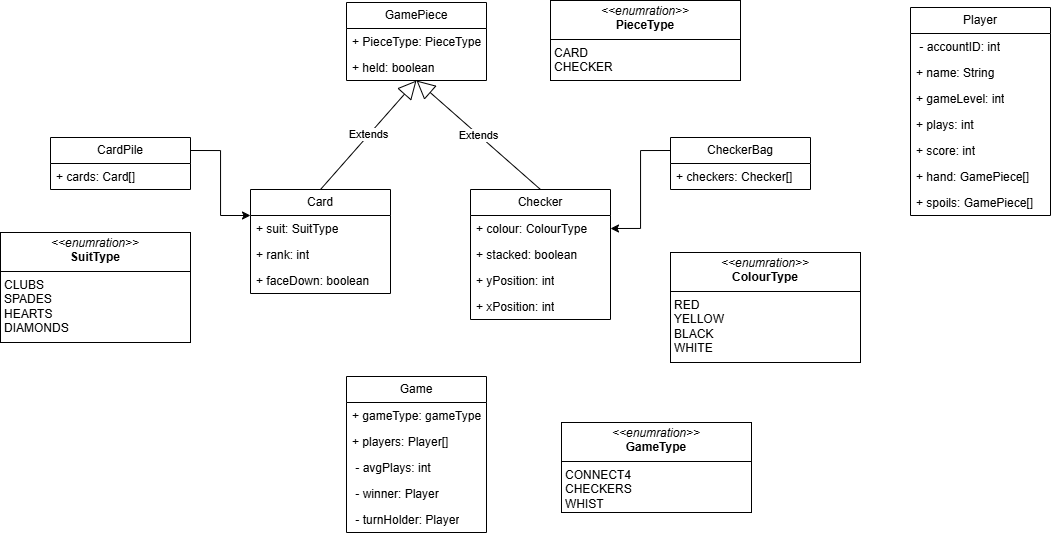
Above: docs/diagrams/structure/class_diagram.drawio.png in ankondeadlarx/gitlab (draw.io), before the change. Source tidied: cells renumbered, new cells last; positions are measured from the earlier drawing's top-left corner, leaving out a move shared by most shapes. Its diagram source:
```xml
<mxGraphModel>
  <root>
    <mxCell id="0" />
    <mxCell id="1" parent="0" />
    <mxCell id="2" value="&lt;p style=&quot;margin:0px;margin-top:4px;text-align:center;&quot;&gt;&lt;i&gt;&amp;lt;&amp;lt;enumration&amp;gt;&amp;gt;&lt;/i&gt;&lt;br&gt;&lt;b&gt;GameType&lt;/b&gt;&lt;/p&gt;&lt;hr size=&quot;1&quot; style=&quot;border-style:solid;&quot;&gt;&lt;p style=&quot;margin:0px;margin-left:4px;&quot;&gt;CONNECT4&lt;br&gt;CHECKERS&lt;/p&gt;&lt;p style=&quot;margin:0px;margin-left:4px;&quot;&gt;WHIST&lt;/p&gt;" style="verticalAlign=top;align=left;overflow=fill;html=1;whiteSpace=wrap;" parent="1" vertex="1">
      <mxGeometry x="561" y="422" width="190" height="90" as="geometry" />
    </mxCell>
    <mxCell id="3" value="&lt;p style=&quot;margin:0px;margin-top:4px;text-align:center;&quot;&gt;&lt;i&gt;&amp;lt;&amp;lt;enumration&amp;gt;&amp;gt;&lt;/i&gt;&lt;br&gt;&lt;b&gt;PieceType&lt;/b&gt;&lt;/p&gt;&lt;hr size=&quot;1&quot; style=&quot;border-style:solid;&quot;&gt;&lt;p style=&quot;margin:0px;margin-left:4px;&quot;&gt;CARD&lt;br&gt;&lt;/p&gt;&lt;p style=&quot;margin:0px;margin-left:4px;&quot;&gt;CHECKER&lt;/p&gt;" style="verticalAlign=top;align=left;overflow=fill;html=1;whiteSpace=wrap;" parent="1" vertex="1">
      <mxGeometry x="550" width="190" height="80" as="geometry" />
    </mxCell>
    <mxCell id="4" value="GamePiece" style="swimlane;fontStyle=0;horizontal=1;startSize=26;fillColor=none;whiteSpace=wrap;html=1;" parent="1" vertex="1">
      <mxGeometry x="346" y="2" width="140" height="78" as="geometry" />
    </mxCell>
    <mxCell id="5" value="+ PieceType: PieceType" style="text;strokeColor=none;fillColor=none;align=left;verticalAlign=top;spacingLeft=4;spacingRight=4;overflow=hidden;whiteSpace=wrap;html=1;" parent="4" vertex="1">
      <mxGeometry y="26" width="140" height="26" as="geometry" />
    </mxCell>
    <mxCell id="6" value="+ held: boolean" style="text;strokeColor=none;fillColor=none;align=left;verticalAlign=top;spacingLeft=4;spacingRight=4;overflow=hidden;whiteSpace=wrap;html=1;" parent="4" vertex="1">
      <mxGeometry y="52" width="140" height="26" as="geometry" />
    </mxCell>
    <mxCell id="7" value="Player" style="swimlane;fontStyle=0;horizontal=1;startSize=26;fillColor=none;whiteSpace=wrap;html=1;" parent="1" vertex="1">
      <mxGeometry x="910" y="7" width="140" height="208" as="geometry" />
    </mxCell>
    <mxCell id="8" value="&amp;nbsp;- accountID: int" style="text;strokeColor=none;fillColor=none;align=left;verticalAlign=top;spacingLeft=4;spacingRight=4;overflow=hidden;whiteSpace=wrap;html=1;" parent="7" vertex="1">
      <mxGeometry y="26" width="140" height="26" as="geometry" />
    </mxCell>
    <mxCell id="9" value="+ name: String" style="text;strokeColor=none;fillColor=none;align=left;verticalAlign=top;spacingLeft=4;spacingRight=4;overflow=hidden;whiteSpace=wrap;html=1;" parent="7" vertex="1">
      <mxGeometry y="52" width="140" height="26" as="geometry" />
    </mxCell>
    <mxCell id="10" value="+ gameLevel: int" style="text;strokeColor=none;fillColor=none;align=left;verticalAlign=top;spacingLeft=4;spacingRight=4;overflow=hidden;whiteSpace=wrap;html=1;" parent="7" vertex="1">
      <mxGeometry y="78" width="140" height="26" as="geometry" />
    </mxCell>
    <mxCell id="11" value="+ plays: int" style="text;strokeColor=none;fillColor=none;align=left;verticalAlign=top;spacingLeft=4;spacingRight=4;overflow=hidden;whiteSpace=wrap;html=1;" parent="7" vertex="1">
      <mxGeometry y="104" width="140" height="26" as="geometry" />
    </mxCell>
    <mxCell id="12" value="+ score: int" style="text;strokeColor=none;fillColor=none;align=left;verticalAlign=top;spacingLeft=4;spacingRight=4;overflow=hidden;whiteSpace=wrap;html=1;" parent="7" vertex="1">
      <mxGeometry y="130" width="140" height="26" as="geometry" />
    </mxCell>
    <mxCell id="13" value="+ hand: GamePiece[]" style="text;strokeColor=none;fillColor=none;align=left;verticalAlign=top;spacingLeft=4;spacingRight=4;overflow=hidden;whiteSpace=wrap;html=1;" parent="7" vertex="1">
      <mxGeometry y="156" width="140" height="26" as="geometry" />
    </mxCell>
    <mxCell id="14" value="+ spoils: GamePiece[]" style="text;strokeColor=none;fillColor=none;align=left;verticalAlign=top;spacingLeft=4;spacingRight=4;overflow=hidden;whiteSpace=wrap;html=1;" parent="7" vertex="1">
      <mxGeometry y="182" width="140" height="26" as="geometry" />
    </mxCell>
    <mxCell id="15" value="Game" style="swimlane;fontStyle=0;horizontal=1;startSize=26;fillColor=none;whiteSpace=wrap;html=1;" parent="1" vertex="1">
      <mxGeometry x="346" y="376" width="140" height="156" as="geometry" />
    </mxCell>
    <mxCell id="16" value="+ gameType: gameType" style="text;strokeColor=none;fillColor=none;align=left;verticalAlign=top;spacingLeft=4;spacingRight=4;overflow=hidden;whiteSpace=wrap;html=1;" parent="15" vertex="1">
      <mxGeometry y="26" width="140" height="26" as="geometry" />
    </mxCell>
    <mxCell id="17" value="+ players: Player[]" style="text;strokeColor=none;fillColor=none;align=left;verticalAlign=top;spacingLeft=4;spacingRight=4;overflow=hidden;whiteSpace=wrap;html=1;" parent="15" vertex="1">
      <mxGeometry y="52" width="140" height="26" as="geometry" />
    </mxCell>
    <mxCell id="18" value="&amp;nbsp;- avgPlays: int" style="text;strokeColor=none;fillColor=none;align=left;verticalAlign=top;spacingLeft=4;spacingRight=4;overflow=hidden;whiteSpace=wrap;html=1;" parent="15" vertex="1">
      <mxGeometry y="78" width="140" height="26" as="geometry" />
    </mxCell>
    <mxCell id="19" value="&amp;nbsp;- winner: Player" style="text;strokeColor=none;fillColor=none;align=left;verticalAlign=top;spacingLeft=4;spacingRight=4;overflow=hidden;whiteSpace=wrap;html=1;" parent="15" vertex="1">
      <mxGeometry y="104" width="140" height="26" as="geometry" />
    </mxCell>
    <mxCell id="20" value="&amp;nbsp;- turnHolder: Player" style="text;strokeColor=none;fillColor=none;align=left;verticalAlign=top;spacingLeft=4;spacingRight=4;overflow=hidden;points=[[0,0.5],[1,0.5]];portConstraint=eastwest;whiteSpace=wrap;html=1;" parent="15" vertex="1">
      <mxGeometry y="130" width="140" height="26" as="geometry" />
    </mxCell>
    <mxCell id="21" value="&lt;p style=&quot;margin:0px;margin-top:4px;text-align:center;&quot;&gt;&lt;i&gt;&amp;lt;&amp;lt;enumration&amp;gt;&amp;gt;&lt;/i&gt;&lt;br&gt;&lt;b&gt;ColourType&lt;/b&gt;&lt;/p&gt;&lt;hr size=&quot;1&quot; style=&quot;border-style:solid;&quot;&gt;&lt;p style=&quot;margin:0px;margin-left:4px;&quot;&gt;RED&lt;/p&gt;&lt;p style=&quot;margin:0px;margin-left:4px;&quot;&gt;YELLOW&lt;/p&gt;&lt;p style=&quot;margin:0px;margin-left:4px;&quot;&gt;BLACK&lt;/p&gt;&lt;p style=&quot;margin:0px;margin-left:4px;&quot;&gt;WHITE&lt;/p&gt;" style="verticalAlign=top;align=left;overflow=fill;html=1;whiteSpace=wrap;" parent="1" vertex="1">
      <mxGeometry x="670" y="252" width="190" height="110" as="geometry" />
    </mxCell>
    <mxCell id="22" value="Checker" style="swimlane;fontStyle=0;horizontal=1;startSize=26;fillColor=none;whiteSpace=wrap;html=1;" parent="1" vertex="1">
      <mxGeometry x="470" y="189" width="140" height="130" as="geometry" />
    </mxCell>
    <mxCell id="23" value="+ colour: ColourType" style="text;strokeColor=none;fillColor=none;align=left;verticalAlign=top;spacingLeft=4;spacingRight=4;overflow=hidden;points=[[0,0.5],[1,0.5]];portConstraint=eastwest;whiteSpace=wrap;html=1;" parent="22" vertex="1">
      <mxGeometry y="26" width="140" height="26" as="geometry" />
    </mxCell>
    <mxCell id="24" value="+ stacked: boolean" style="text;strokeColor=none;fillColor=none;align=left;verticalAlign=top;spacingLeft=4;spacingRight=4;overflow=hidden;whiteSpace=wrap;html=1;" parent="22" vertex="1">
      <mxGeometry y="52" width="140" height="26" as="geometry" />
    </mxCell>
    <mxCell id="25" value="+ yPosition: int" style="text;strokeColor=none;fillColor=none;align=left;verticalAlign=top;spacingLeft=4;spacingRight=4;overflow=hidden;whiteSpace=wrap;html=1;" parent="22" vertex="1">
      <mxGeometry y="78" width="140" height="26" as="geometry" />
    </mxCell>
    <mxCell id="26" value="+ xPosition: int" style="text;strokeColor=none;fillColor=none;align=left;verticalAlign=top;spacingLeft=4;spacingRight=4;overflow=hidden;whiteSpace=wrap;html=1;" parent="22" vertex="1">
      <mxGeometry y="104" width="140" height="26" as="geometry" />
    </mxCell>
    <mxCell id="27" value="Extends" style="endArrow=block;endSize=16;endFill=0;html=1;rounded=0;entryX=0.5;entryY=1;entryDx=0;entryDy=0;exitX=0.5;exitY=0;exitDx=0;exitDy=0;" parent="1" edge="1" source="22" target="4">
      <mxGeometry relative="1" as="geometry" />
    </mxCell>
    <mxCell id="28" style="edgeStyle=orthogonalEdgeStyle;rounded=0;jettySize=auto;html=1;exitX=0;exitY=0.25;exitDx=0;exitDy=0;entryX=1;entryY=0.5;entryDx=0;entryDy=0;" parent="1" edge="1" source="29" target="23">
      <mxGeometry relative="1" as="geometry" />
    </mxCell>
    <mxCell id="29" value="CheckerBag" style="swimlane;fontStyle=0;horizontal=1;startSize=26;fillColor=none;whiteSpace=wrap;html=1;" parent="1" vertex="1">
      <mxGeometry x="670" y="137" width="140" height="52" as="geometry" />
    </mxCell>
    <mxCell id="30" value="+ checkers: Checker[]" style="text;strokeColor=none;fillColor=none;align=left;verticalAlign=top;spacingLeft=4;spacingRight=4;overflow=hidden;whiteSpace=wrap;html=1;" parent="29" vertex="1">
      <mxGeometry y="26" width="140" height="26" as="geometry" />
    </mxCell>
    <mxCell id="31" value="&lt;p style=&quot;margin:0px;margin-top:4px;text-align:center;&quot;&gt;&lt;i&gt;&amp;lt;&amp;lt;enumration&amp;gt;&amp;gt;&lt;/i&gt;&lt;br&gt;&lt;b&gt;SuitType&lt;/b&gt;&lt;/p&gt;&lt;hr size=&quot;1&quot; style=&quot;border-style:solid;&quot;&gt;&lt;p style=&quot;margin:0px;margin-left:4px;&quot;&gt;CLUBS&lt;/p&gt;&lt;p style=&quot;margin:0px;margin-left:4px;&quot;&gt;SPADES&lt;/p&gt;&lt;p style=&quot;margin:0px;margin-left:4px;&quot;&gt;HEARTS&lt;/p&gt;&lt;p style=&quot;margin:0px;margin-left:4px;&quot;&gt;DIAMONDS&lt;/p&gt;" style="verticalAlign=top;align=left;overflow=fill;html=1;whiteSpace=wrap;" parent="1" vertex="1">
      <mxGeometry y="232" width="190" height="110" as="geometry" />
    </mxCell>
    <mxCell id="32" value="Card" style="swimlane;fontStyle=0;horizontal=1;startSize=26;fillColor=none;whiteSpace=wrap;html=1;" parent="1" vertex="1">
      <mxGeometry x="250" y="189" width="140" height="104" as="geometry" />
    </mxCell>
    <mxCell id="33" value="+ suit: SuitType" style="text;strokeColor=none;fillColor=none;align=left;verticalAlign=top;spacingLeft=4;spacingRight=4;overflow=hidden;whiteSpace=wrap;html=1;" parent="32" vertex="1">
      <mxGeometry y="26" width="140" height="26" as="geometry" />
    </mxCell>
    <mxCell id="34" value="+ rank: int" style="text;strokeColor=none;fillColor=none;align=left;verticalAlign=top;spacingLeft=4;spacingRight=4;overflow=hidden;whiteSpace=wrap;html=1;" parent="32" vertex="1">
      <mxGeometry y="52" width="140" height="26" as="geometry" />
    </mxCell>
    <mxCell id="35" value="+ faceDown: boolean" style="text;strokeColor=none;fillColor=none;align=left;verticalAlign=top;spacingLeft=4;spacingRight=4;overflow=hidden;whiteSpace=wrap;html=1;" parent="32" vertex="1">
      <mxGeometry y="78" width="140" height="26" as="geometry" />
    </mxCell>
    <mxCell id="36" value="Extends" style="endArrow=block;endSize=16;endFill=0;html=1;rounded=0;exitX=0.5;exitY=0;exitDx=0;exitDy=0;entryX=0.5;entryY=1;entryDx=0;entryDy=0;" parent="1" edge="1" source="32" target="4">
      <mxGeometry relative="1" as="geometry" />
    </mxCell>
    <mxCell id="37" value="CardPile" style="swimlane;fontStyle=0;horizontal=1;startSize=26;fillColor=none;whiteSpace=wrap;html=1;" parent="1" vertex="1">
      <mxGeometry x="50" y="137" width="140" height="52" as="geometry" />
    </mxCell>
    <mxCell id="38" value="+ cards: Card[]" style="text;strokeColor=none;fillColor=none;align=left;verticalAlign=top;spacingLeft=4;spacingRight=4;overflow=hidden;whiteSpace=wrap;html=1;" parent="37" vertex="1">
      <mxGeometry y="26" width="140" height="26" as="geometry" />
    </mxCell>
    <mxCell id="39" style="edgeStyle=orthogonalEdgeStyle;rounded=0;jettySize=auto;html=1;exitX=1;exitY=0.25;exitDx=0;exitDy=0;entryX=0;entryY=0.25;entryDx=0;entryDy=0;" parent="1" edge="1" source="37" target="32">
      <mxGeometry relative="1" as="geometry" />
    </mxCell>
  </root>
</mxGraphModel>
```
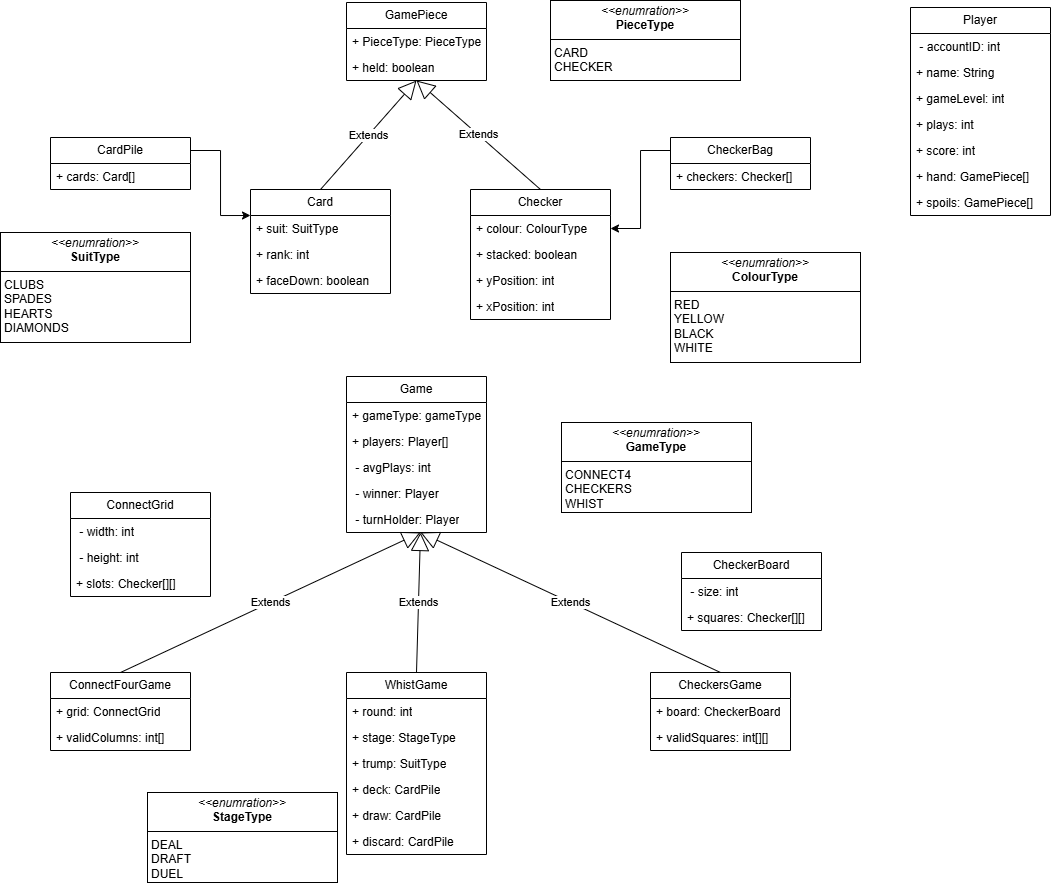
Above is the later version.

Commit message:
Completed class_diagram.drawio.png in accordance with the planning document and created some dummy Files and Directories in accordance with the planning document

Diff of the diagram source:
```diff
@@ -116,5 +116,81 @@
     <mxCell id="39" style="edgeStyle=orthogonalEdgeStyle;rounded=0;jettySize=auto;html=1;exitX=1;exitY=0.25;exitDx=0;exitDy=0;entryX=0;entryY=0.25;entryDx=0;entryDy=0;" parent="1" edge="1" source="37" target="32">
       <mxGeometry relative="1" as="geometry" />
     </mxCell>
+    <mxCell id="40" value="ConnectGrid" style="swimlane;fontStyle=0;horizontal=1;startSize=26;fillColor=none;whiteSpace=wrap;html=1;" parent="1" vertex="1">
+      <mxGeometry x="70" y="492" width="140" height="104" as="geometry" />
+    </mxCell>
+    <mxCell id="41" value="&amp;nbsp;- width: int" style="text;strokeColor=none;fillColor=none;align=left;verticalAlign=top;spacingLeft=4;spacingRight=4;overflow=hidden;whiteSpace=wrap;html=1;" parent="40" vertex="1">
+      <mxGeometry y="26" width="140" height="26" as="geometry" />
+    </mxCell>
+    <mxCell id="42" value="&amp;nbsp;- height: int" style="text;strokeColor=none;fillColor=none;align=left;verticalAlign=top;spacingLeft=4;spacingRight=4;overflow=hidden;whiteSpace=wrap;html=1;" parent="40" vertex="1">
+      <mxGeometry y="52" width="140" height="26" as="geometry" />
+    </mxCell>
+    <mxCell id="43" value="+ slots: Checker[][]" style="text;strokeColor=none;fillColor=none;align=left;verticalAlign=top;spacingLeft=4;spacingRight=4;overflow=hidden;whiteSpace=wrap;html=1;" parent="40" vertex="1">
+      <mxGeometry y="78" width="140" height="26" as="geometry" />
+    </mxCell>
+    <mxCell id="44" value="ConnectFourGame" style="swimlane;fontStyle=0;horizontal=1;startSize=26;fillColor=none;whiteSpace=wrap;html=1;" parent="1" vertex="1">
+      <mxGeometry x="50" y="672" width="140" height="78" as="geometry" />
+    </mxCell>
+    <mxCell id="45" value="+ grid: ConnectGrid" style="text;strokeColor=none;fillColor=none;align=left;verticalAlign=top;spacingLeft=4;spacingRight=4;overflow=hidden;whiteSpace=wrap;html=1;" parent="44" vertex="1">
+      <mxGeometry y="26" width="140" height="26" as="geometry" />
+    </mxCell>
+    <mxCell id="46" value="+ validColumns: int[]" style="text;strokeColor=none;fillColor=none;align=left;verticalAlign=top;spacingLeft=4;spacingRight=4;overflow=hidden;whiteSpace=wrap;html=1;" parent="44" vertex="1">
+      <mxGeometry y="52" width="140" height="26" as="geometry" />
+    </mxCell>
+    <mxCell id="47" value="Extends" style="endArrow=block;endSize=16;endFill=0;html=1;rounded=0;exitX=0.5;exitY=0;exitDx=0;exitDy=0;entryX=0.529;entryY=1;entryDx=0;entryDy=0;entryPerimeter=0;" parent="1" edge="1" source="44" target="20">
+      <mxGeometry relative="1" as="geometry" />
+    </mxCell>
+    <mxCell id="48" value="CheckerBoard" style="swimlane;fontStyle=0;horizontal=1;startSize=26;fillColor=none;whiteSpace=wrap;html=1;" parent="1" vertex="1">
+      <mxGeometry x="681" y="552" width="140" height="78" as="geometry" />
+    </mxCell>
+    <mxCell id="49" value="&amp;nbsp;- size: int" style="text;strokeColor=none;fillColor=none;align=left;verticalAlign=top;spacingLeft=4;spacingRight=4;overflow=hidden;whiteSpace=wrap;html=1;" parent="48" vertex="1">
+      <mxGeometry y="26" width="140" height="26" as="geometry" />
+    </mxCell>
+    <mxCell id="50" value="+ squares: Checker[][]" style="text;strokeColor=none;fillColor=none;align=left;verticalAlign=top;spacingLeft=4;spacingRight=4;overflow=hidden;whiteSpace=wrap;html=1;" parent="48" vertex="1">
+      <mxGeometry y="52" width="140" height="26" as="geometry" />
+    </mxCell>
+    <mxCell id="51" value="CheckersGame" style="swimlane;fontStyle=0;horizontal=1;startSize=26;fillColor=none;whiteSpace=wrap;html=1;" parent="1" vertex="1">
+      <mxGeometry x="650" y="672" width="140" height="78" as="geometry" />
+    </mxCell>
+    <mxCell id="52" value="+ board: CheckerBoard" style="text;strokeColor=none;fillColor=none;align=left;verticalAlign=top;spacingLeft=4;spacingRight=4;overflow=hidden;whiteSpace=wrap;html=1;" parent="51" vertex="1">
+      <mxGeometry y="26" width="140" height="26" as="geometry" />
+    </mxCell>
+    <mxCell id="53" value="+ validSquares: int[][]" style="text;strokeColor=none;fillColor=none;align=left;verticalAlign=top;spacingLeft=4;spacingRight=4;overflow=hidden;whiteSpace=wrap;html=1;" parent="51" vertex="1">
+      <mxGeometry y="52" width="140" height="26" as="geometry" />
+    </mxCell>
+    <mxCell id="54" value="Extends" style="endArrow=block;endSize=16;endFill=0;html=1;rounded=0;exitX=0.5;exitY=0;exitDx=0;exitDy=0;" parent="1" edge="1" source="51">
+      <mxGeometry relative="1" as="geometry">
+        <mxPoint x="420" y="532" as="targetPoint" />
+      </mxGeometry>
+    </mxCell>
+    <mxCell id="55" value="WhistGame" style="swimlane;fontStyle=0;horizontal=1;startSize=26;fillColor=none;whiteSpace=wrap;html=1;" parent="1" vertex="1">
+      <mxGeometry x="346" y="672" width="140" height="182" as="geometry" />
+    </mxCell>
+    <mxCell id="56" value="+ round: int" style="text;strokeColor=none;fillColor=none;align=left;verticalAlign=top;spacingLeft=4;spacingRight=4;overflow=hidden;whiteSpace=wrap;html=1;" parent="55" vertex="1">
+      <mxGeometry y="26" width="140" height="26" as="geometry" />
+    </mxCell>
+    <mxCell id="57" value="+ stage: StageType" style="text;strokeColor=none;fillColor=none;align=left;verticalAlign=top;spacingLeft=4;spacingRight=4;overflow=hidden;whiteSpace=wrap;html=1;" parent="55" vertex="1">
+      <mxGeometry y="52" width="140" height="26" as="geometry" />
+    </mxCell>
+    <mxCell id="58" value="+ trump: SuitType" style="text;strokeColor=none;fillColor=none;align=left;verticalAlign=top;spacingLeft=4;spacingRight=4;overflow=hidden;whiteSpace=wrap;html=1;" parent="55" vertex="1">
+      <mxGeometry y="78" width="140" height="26" as="geometry" />
+    </mxCell>
+    <mxCell id="59" value="+ deck: CardPile" style="text;strokeColor=none;fillColor=none;align=left;verticalAlign=top;spacingLeft=4;spacingRight=4;overflow=hidden;whiteSpace=wrap;html=1;" parent="55" vertex="1">
+      <mxGeometry y="104" width="140" height="26" as="geometry" />
+    </mxCell>
+    <mxCell id="60" value="+ draw: CardPile" style="text;strokeColor=none;fillColor=none;align=left;verticalAlign=top;spacingLeft=4;spacingRight=4;overflow=hidden;whiteSpace=wrap;html=1;" parent="55" vertex="1">
+      <mxGeometry y="130" width="140" height="26" as="geometry" />
+    </mxCell>
+    <mxCell id="61" value="+ discard: CardPile" style="text;strokeColor=none;fillColor=none;align=left;verticalAlign=top;spacingLeft=4;spacingRight=4;overflow=hidden;whiteSpace=wrap;html=1;" parent="55" vertex="1">
+      <mxGeometry y="156" width="140" height="26" as="geometry" />
+    </mxCell>
+    <mxCell id="62" value="Extends" style="endArrow=block;endSize=16;endFill=0;html=1;rounded=0;exitX=0.5;exitY=0;exitDx=0;exitDy=0;" parent="1" edge="1" source="55">
+      <mxGeometry relative="1" as="geometry">
+        <mxPoint x="420" y="532" as="targetPoint" />
+      </mxGeometry>
+    </mxCell>
+    <mxCell id="63" value="&lt;p style=&quot;margin:0px;margin-top:4px;text-align:center;&quot;&gt;&lt;i&gt;&amp;lt;&amp;lt;enumration&amp;gt;&amp;gt;&lt;/i&gt;&lt;br&gt;&lt;b&gt;StageType&lt;/b&gt;&lt;/p&gt;&lt;hr size=&quot;1&quot; style=&quot;border-style:solid;&quot;&gt;&lt;p style=&quot;margin:0px;margin-left:4px;&quot;&gt;DEAL&lt;/p&gt;&lt;p style=&quot;margin:0px;margin-left:4px;&quot;&gt;DRAFT&lt;/p&gt;&lt;p style=&quot;margin:0px;margin-left:4px;&quot;&gt;DUEL&lt;/p&gt;" style="verticalAlign=top;align=left;overflow=fill;html=1;whiteSpace=wrap;" parent="1" vertex="1">
+      <mxGeometry x="147" y="792" width="190" height="90" as="geometry" />
+    </mxCell>
   </root>
 </mxGraphModel>
```
